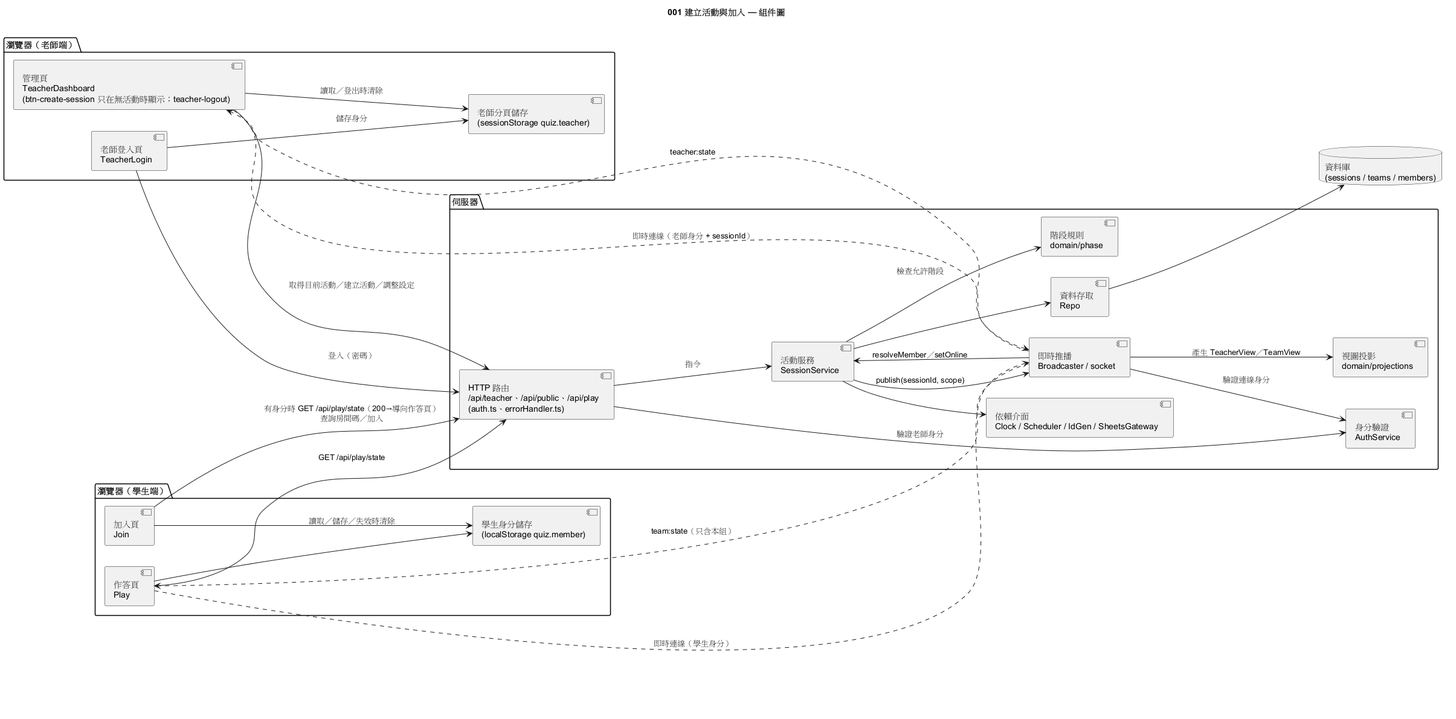
Earlier version of the PlantUML export diagrams/001-component.png (mkj-mkj/SE_Final_Project_SpecKit).
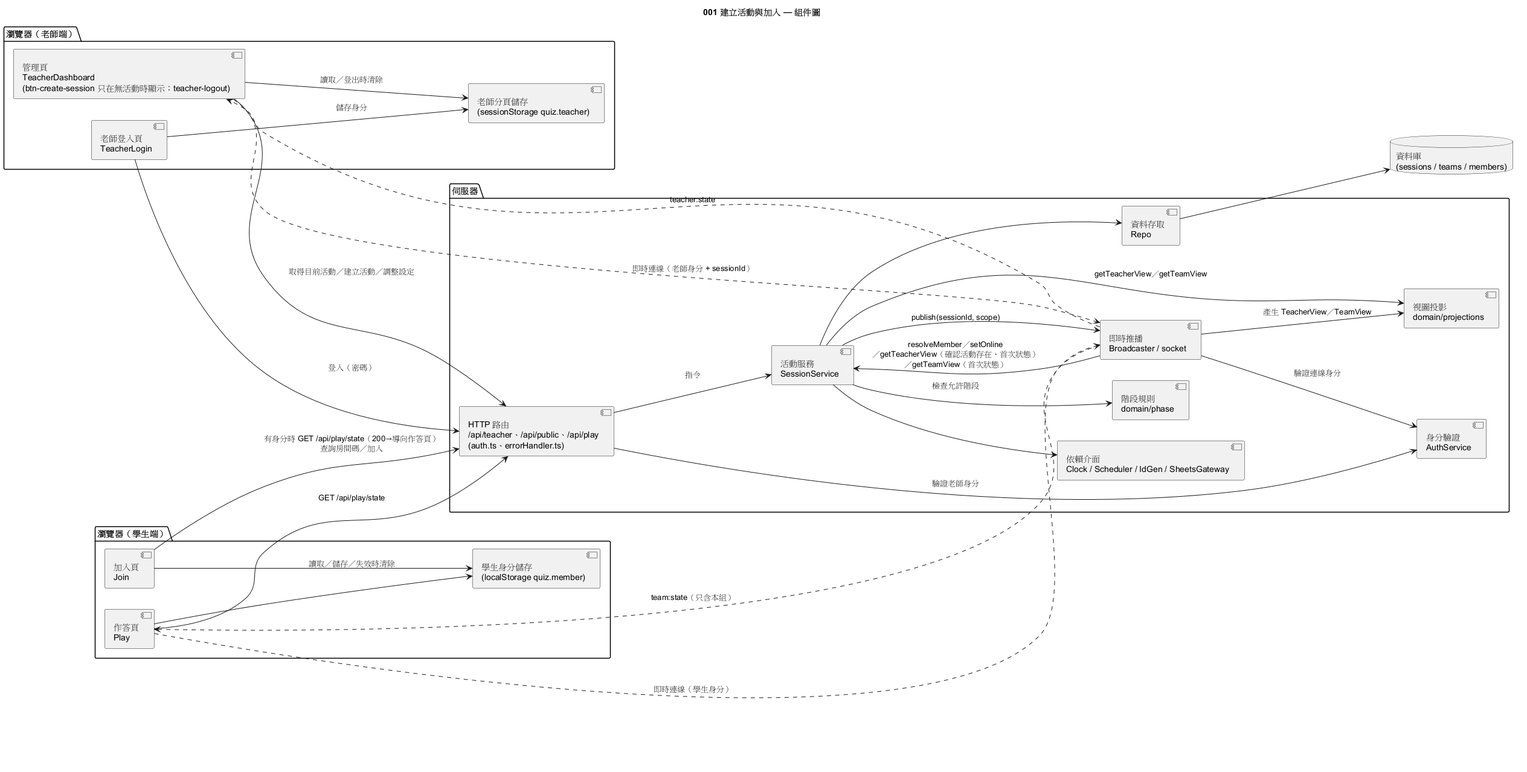
The same diagram one commit later.

Change to the diagram source:
```diff
@@ -47,9 +47,10 @@
 Svc --> Ports
 Repo --> DB
 Svc --> RT : publish(sessionId, scope)
+Svc --> Proj : getTeacherView／getTeamView
 RT --> Proj : 產生 TeacherView／TeamView
 RT --> Auth : 驗證連線身分
-RT --> Svc : resolveMember／setOnline
+RT --> Svc : resolveMember／setOnline\n／getTeacherView（確認活動存在、首次狀態）\n／getTeamView（首次狀態）
 RT ..> TDash : teacher:state
 RT ..> Play : team:state（只含本組）
 @enduml
```
